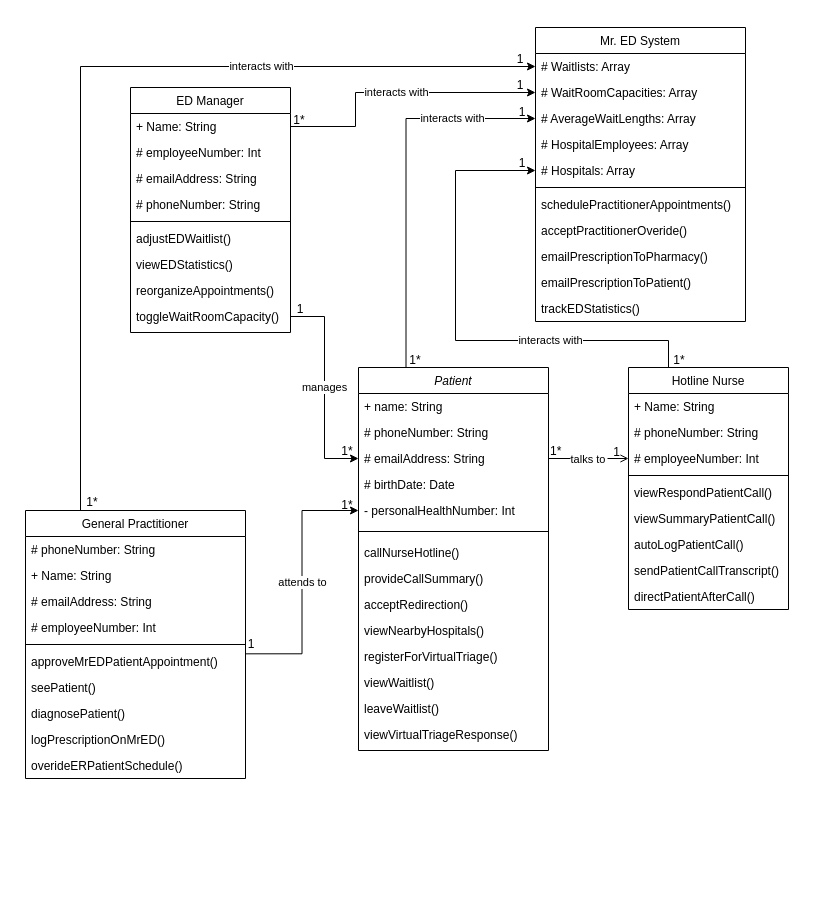
SENG-350-2024-fall/Team9 keeps this draw.io diagram as AmirWork/M2/Mister_ED_ClassDiagram.drawio. Above is the earlier version. Source tidied: cells renumbered, new cells numbered last; positions are measured from the earlier drawing's top-left corner, leaving out a move shared by most shapes. Both pictures are drawn from the tidied source at 100%, with x=0, y=0 at pixel (17, 17).
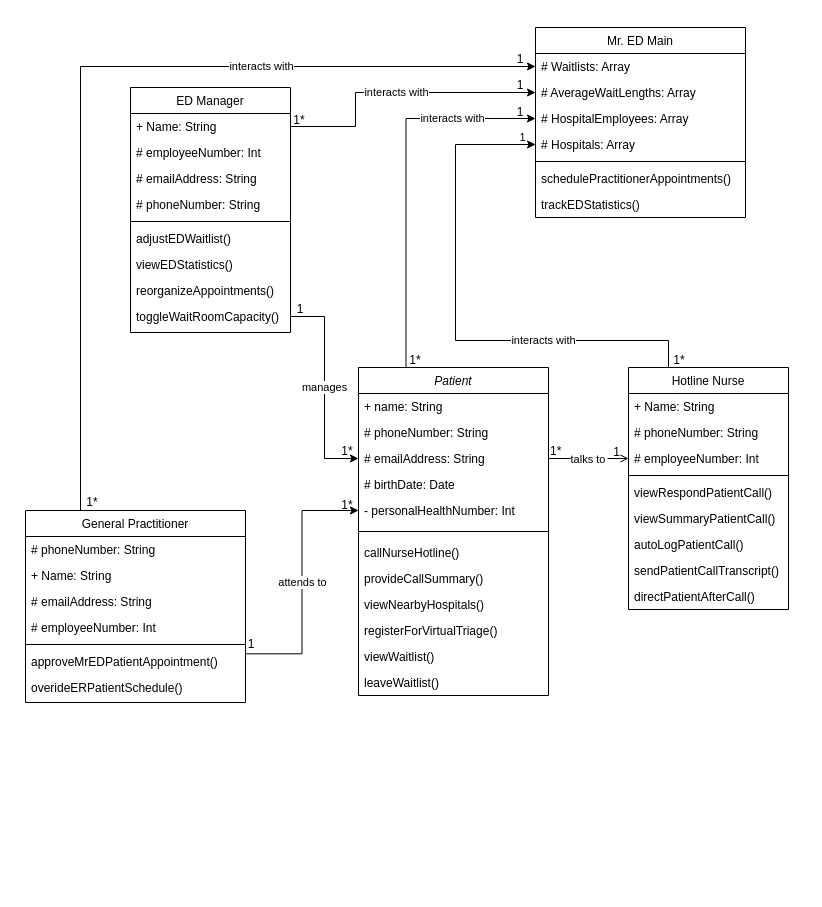
The same page after the edit.

The change refers to these unchanged cells:
```xml
<mxCell id="22" value="+ Name: String" style="text;align=left;verticalAlign=top;spacingLeft=4;spacingRight=4;overflow=hidden;points=[[0,0.5],[1,0.5]];portConstraint=eastwest;" parent="21" vertex="1">
  <mxGeometry y="26" width="160" height="26" as="geometry" />
</mxCell>
<mxCell id="32" value="Hotline Nurse" style="swimlane;fontStyle=0;align=center;verticalAlign=top;horizontal=1;startSize=26;rounded=0;shadow=0;strokeWidth=1;" parent="1" vertex="1">
  <mxGeometry x="611" y="350" width="160" height="242" as="geometry" />
</mxCell>
```

What changed in the source:
```diff
@@
-    <mxCell id="5" value="interacts with" style="edgeStyle=orthogonalEdgeStyle;rounded=0;jettySize=auto;html=1;exitX=0.25;exitY=0;exitDx=0;exitDy=0;entryX=0;entryY=0.5;entryDx=0;entryDy=0;" parent="1" edge="1" source="6" target="57">
+    <mxCell id="5" value="interacts with" style="edgeStyle=orthogonalEdgeStyle;rounded=0;jettySize=auto;html=1;exitX=0.25;exitY=0;exitDx=0;exitDy=0;entryX=0;entryY=0.5;entryDx=0;entryDy=0;" parent="1" edge="1" source="6" target="58">
       <mxGeometry x="0.56" relative="1" as="geometry" />
     </mxCell>
     <mxCell id="6" value="Patient" style="swimlane;fontStyle=2;align=center;verticalAlign=top;horizontal=1;startSize=26;rounded=0;shadow=0;strokeWidth=1;" parent="1" vertex="1">
-      <mxGeometry x="341" y="350" width="190" height="383" as="geometry" />
+      <mxGeometry x="341" y="350" width="190" height="328" as="geometry" />
     </mxCell>
@@
-    <mxCell id="15" value="acceptRedirection()&#10;" style="text;align=left;verticalAlign=top;spacingLeft=4;spacingRight=4;overflow=hidden;" parent="6" vertex="1">
-      <mxGeometry y="224" width="190" height="26" as="geometry" />
-    </mxCell>
     <mxCell id="16" value="viewNearbyHospitals()&#10;" style="text;align=left;verticalAlign=top;spacingLeft=4;spacingRight=4;overflow=hidden;" parent="6" vertex="1">
-      <mxGeometry y="250" width="190" height="26" as="geometry" />
+      <mxGeometry y="224" width="190" height="26" as="geometry" />
     </mxCell>
     <mxCell id="17" value="registerForVirtualTriage()&#10;" style="text;align=left;verticalAlign=top;spacingLeft=4;spacingRight=4;overflow=hidden;" parent="6" vertex="1">
-      <mxGeometry y="276" width="190" height="26" as="geometry" />
+      <mxGeometry y="250" width="190" height="26" as="geometry" />
     </mxCell>
     <mxCell id="18" value="viewWaitlist()&#10;" style="text;align=left;verticalAlign=top;spacingLeft=4;spacingRight=4;overflow=hidden;" parent="6" vertex="1">
-      <mxGeometry y="302" width="190" height="26" as="geometry" />
+      <mxGeometry y="276" width="190" height="26" as="geometry" />
     </mxCell>
     <mxCell id="19" value="leaveWaitlist()&#10;" style="text;align=left;verticalAlign=top;spacingLeft=4;spacingRight=4;overflow=hidden;" parent="6" vertex="1">
-      <mxGeometry y="328" width="190" height="26" as="geometry" />
+      <mxGeometry y="302" width="190" height="26" as="geometry" />
     </mxCell>
-    <mxCell id="20" value="viewVirtualTriageResponse()&#10;" style="text;align=left;verticalAlign=top;spacingLeft=4;spacingRight=4;overflow=hidden;" parent="6" vertex="1">
-      <mxGeometry y="354" width="190" height="26" as="geometry" />
-    </mxCell>
@@
     <mxCell id="31" value="interacts with" style="edgeStyle=orthogonalEdgeStyle;rounded=0;jettySize=auto;html=1;exitX=0.25;exitY=0;exitDx=0;exitDy=0;entryX=0;entryY=0.5;entryDx=0;entryDy=0;" parent="1" edge="1" source="32" target="59">
       <mxGeometry x="-0.41" relative="1" as="geometry">
         <Array as="points">
           <mxPoint x="651" y="323" />
           <mxPoint x="438" y="323" />
-          <mxPoint x="438" y="153" />
+          <mxPoint x="438" y="127" />
         </Array>
       </mxGeometry>
     </mxCell>
+    <mxCell id="73" value="1" style="edgeLabel;html=1;align=center;verticalAlign=middle;" parent="31" vertex="1">
+      <mxGeometry x="0.93" y="2" relative="1" as="geometry">
+        <mxPoint x="4" y="-6" as="offset" />
+      </mxGeometry>
+    </mxCell>
@@
     <mxCell id="43" value="General Practitioner" style="swimlane;fontStyle=0;align=center;verticalAlign=top;horizontal=1;startSize=26;rounded=0;shadow=0;strokeWidth=1;" parent="1" vertex="1">
-      <mxGeometry x="8" y="493" width="220" height="268" as="geometry" />
+      <mxGeometry x="8" y="493" width="220" height="192" as="geometry" />
     </mxCell>
@@
-    <mxCell id="50" value="seePatient()" style="text;align=left;verticalAlign=top;spacingLeft=4;spacingRight=4;overflow=hidden;" parent="43" vertex="1">
-      <mxGeometry y="164" width="220" height="26" as="geometry" />
-    </mxCell>
-    <mxCell id="51" value="diagnosePatient()" style="text;align=left;verticalAlign=top;spacingLeft=4;spacingRight=4;overflow=hidden;" parent="43" vertex="1">
-      <mxGeometry y="190" width="220" height="26" as="geometry" />
-    </mxCell>
-    <mxCell id="52" value="logPrescriptionOnMrED()" style="text;align=left;verticalAlign=top;spacingLeft=4;spacingRight=4;overflow=hidden;" parent="43" vertex="1">
-      <mxGeometry y="216" width="220" height="26" as="geometry" />
-    </mxCell>
     <mxCell id="53" value="overideERPatientSchedule()" style="text;align=left;verticalAlign=top;spacingLeft=4;spacingRight=4;overflow=hidden;" parent="43" vertex="1">
-      <mxGeometry y="242" width="220" height="26" as="geometry" />
+      <mxGeometry y="164" width="220" height="26" as="geometry" />
     </mxCell>
-    <mxCell id="54" value="Mr. ED System" style="swimlane;fontStyle=0;align=center;verticalAlign=top;horizontal=1;startSize=26;rounded=0;shadow=0;strokeWidth=1;" parent="1" vertex="1">
-      <mxGeometry x="518" y="10" width="210" height="294" as="geometry" />
+    <mxCell id="54" value="Mr. ED Main" style="swimlane;fontStyle=0;align=center;verticalAlign=top;horizontal=1;startSize=26;rounded=0;shadow=0;strokeWidth=1;" parent="1" vertex="1">
+      <mxGeometry x="518" y="10" width="210" height="190" as="geometry" />
     </mxCell>
@@
-    <mxCell id="56" value="# WaitRoomCapacities: Array " style="text;align=left;verticalAlign=top;spacingLeft=4;spacingRight=4;overflow=hidden;points=[[0,0.5],[1,0.5]];portConstraint=eastwest;rounded=0;shadow=0;html=0;" parent="54" vertex="1">
-      <mxGeometry y="52" width="210" height="26" as="geometry" />
-    </mxCell>
     <mxCell id="57" value="# AverageWaitLengths: Array " style="text;align=left;verticalAlign=top;spacingLeft=4;spacingRight=4;overflow=hidden;points=[[0,0.5],[1,0.5]];portConstraint=eastwest;rounded=0;shadow=0;html=0;" parent="54" vertex="1">
-      <mxGeometry y="78" width="210" height="26" as="geometry" />
+      <mxGeometry y="52" width="210" height="26" as="geometry" />
     </mxCell>
     <mxCell id="58" value="# HospitalEmployees: Array " style="text;align=left;verticalAlign=top;spacingLeft=4;spacingRight=4;overflow=hidden;points=[[0,0.5],[1,0.5]];portConstraint=eastwest;rounded=0;shadow=0;html=0;" parent="54" vertex="1">
-      <mxGeometry y="104" width="210" height="26" as="geometry" />
+      <mxGeometry y="78" width="210" height="26" as="geometry" />
     </mxCell>
     <mxCell id="59" value="# Hospitals: Array " style="text;align=left;verticalAlign=top;spacingLeft=4;spacingRight=4;overflow=hidden;points=[[0,0.5],[1,0.5]];portConstraint=eastwest;rounded=0;shadow=0;html=0;" parent="54" vertex="1">
-      <mxGeometry y="130" width="210" height="26" as="geometry" />
+      <mxGeometry y="104" width="210" height="26" as="geometry" />
     </mxCell>
     <mxCell id="60" style="line;html=1;strokeWidth=1;align=left;verticalAlign=middle;spacingTop=-1;spacingLeft=3;spacingRight=3;labelPosition=right;" parent="54" vertex="1">
-      <mxGeometry y="156" width="210" height="8" as="geometry" />
+      <mxGeometry y="130" width="210" height="8" as="geometry" />
     </mxCell>
     <mxCell id="61" value="schedulePractitionerAppointments()" style="text;align=left;verticalAlign=top;spacingLeft=4;spacingRight=4;overflow=hidden;" parent="54" vertex="1">
-      <mxGeometry y="164" width="210" height="26" as="geometry" />
+      <mxGeometry y="138" width="210" height="26" as="geometry" />
     </mxCell>
-    <mxCell id="62" value="acceptPractitionerOveride()" style="text;align=left;verticalAlign=top;spacingLeft=4;spacingRight=4;overflow=hidden;" parent="54" vertex="1">
-      <mxGeometry y="190" width="210" height="26" as="geometry" />
-    </mxCell>
-    <mxCell id="63" value="emailPrescriptionToPharmacy()" style="text;align=left;verticalAlign=top;spacingLeft=4;spacingRight=4;overflow=hidden;" parent="54" vertex="1">
-      <mxGeometry y="216" width="210" height="26" as="geometry" />
-    </mxCell>
-    <mxCell id="64" value="emailPrescriptionToPatient()" style="text;align=left;verticalAlign=top;spacingLeft=4;spacingRight=4;overflow=hidden;" parent="54" vertex="1">
-      <mxGeometry y="242" width="210" height="26" as="geometry" />
-    </mxCell>
     <mxCell id="65" value="trackEDStatistics()&#10;" style="text;align=left;verticalAlign=top;spacingLeft=4;spacingRight=4;overflow=hidden;" parent="54" vertex="1">
-      <mxGeometry y="268" width="210" height="26" as="geometry" />
+      <mxGeometry y="164" width="210" height="26" as="geometry" />
     </mxCell>
@@
     <mxCell id="71" value="1" style="text;strokeColor=none;align=center;fillColor=none;html=1;verticalAlign=middle;whiteSpace=wrap;rounded=0;" parent="1" vertex="1">
-      <mxGeometry x="475" y="80" width="60" height="30" as="geometry" />
+      <mxGeometry x="473" y="80" width="60" height="30" as="geometry" />
     </mxCell>
@@
-    <mxCell id="73" value="1" style="text;strokeColor=none;align=center;fillColor=none;html=1;verticalAlign=middle;whiteSpace=wrap;rounded=0;" parent="1" vertex="1">
-      <mxGeometry x="475" y="131" width="60" height="30" as="geometry" />
-    </mxCell>
@@
-    <mxCell id="75" value="interacts with" style="edgeStyle=orthogonalEdgeStyle;rounded=0;jettySize=auto;html=1;exitX=1;exitY=0.5;exitDx=0;exitDy=0;entryX=0;entryY=0.5;entryDx=0;entryDy=0;" parent="1" edge="1" source="22" target="56">
+    <mxCell id="75" value="interacts with" style="edgeStyle=orthogonalEdgeStyle;rounded=0;jettySize=auto;html=1;exitX=1;exitY=0.5;exitDx=0;exitDy=0;entryX=0;entryY=0.5;entryDx=0;entryDy=0;" parent="1" edge="1" source="22">
       <mxGeometry relative="1" as="geometry">
+        <mxPoint x="518" y="75" as="targetPoint" />
         <Array as="points">
           <mxPoint x="338" y="109" />
           <mxPoint x="338" y="75" />
         </Array>
       </mxGeometry>
     </mxCell>
```
